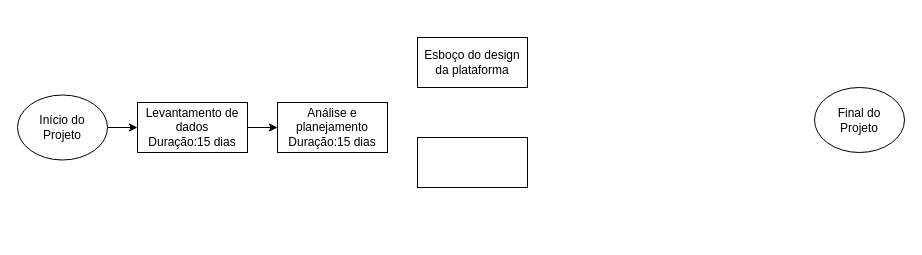
Kauasevergnini2475/Projetos-de-Software keeps this draw.io diagram as Diagrama Atividade extensionista.drawio. Above is the earlier version. Source tidied: cells renumbered, new cells numbered last; positions are measured from the earlier drawing's top-left corner, leaving out a move shared by most shapes. Both pictures are drawn from the tidied source at 100%, with x=0, y=0 at pixel (17, 37).
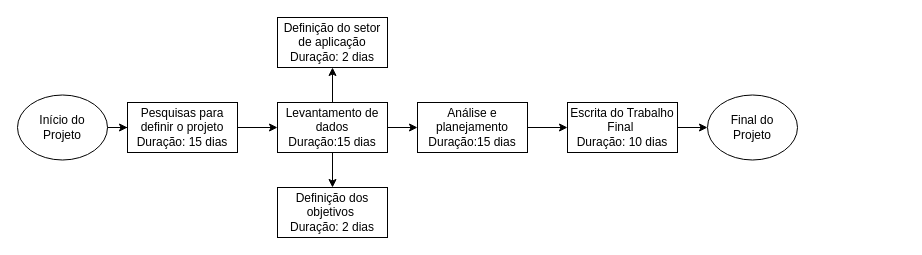
Above is the later version.

Change to the diagram source:
```diff
@@
 <mxGraphModel>
   <root>
     <mxCell id="0" />
     <mxCell id="1" parent="0" />
-    <mxCell id="2" style="edgeStyle=orthogonalEdgeStyle;rounded=0;jettySize=auto;html=1;" parent="1" edge="1" source="3" target="5">
-      <mxGeometry relative="1" as="geometry" />
-    </mxCell>
+    <mxCell id="10" style="edgeStyle=orthogonalEdgeStyle;rounded=0;jettySize=auto;html=1;" parent="1" edge="1" source="3" target="9">
+      <mxGeometry relative="1" as="geometry" />
+    </mxCell>
     <mxCell id="3" value="Início do &lt;br&gt;Projeto" style="ellipse;whiteSpace=wrap;html=1;" parent="1" vertex="1">
       <mxGeometry y="57.5" width="90" height="65" as="geometry" />
     </mxCell>
+    <mxCell id="11" style="edgeStyle=orthogonalEdgeStyle;rounded=0;jettySize=auto;html=1;" parent="1" edge="1" source="5" target="7">
+      <mxGeometry relative="1" as="geometry" />
+    </mxCell>
+    <mxCell id="12" style="edgeStyle=orthogonalEdgeStyle;rounded=0;jettySize=auto;html=1;" parent="1" edge="1" source="5" target="17">
+      <mxGeometry relative="1" as="geometry" />
+    </mxCell>
     <mxCell id="4" style="edgeStyle=orthogonalEdgeStyle;rounded=0;jettySize=auto;html=1;" parent="1" edge="1" source="5" target="6">
       <mxGeometry relative="1" as="geometry" />
     </mxCell>
     <mxCell id="5" value="Levantamento de dados&lt;br style=&quot;border-color: var(--border-color);&quot;&gt;Duração:15 dias" style="rounded=0;whiteSpace=wrap;html=1;" parent="1" vertex="1">
-      <mxGeometry x="120" y="65" width="110" height="50" as="geometry" />
+      <mxGeometry x="260" y="65" width="110" height="50" as="geometry" />
     </mxCell>
+    <mxCell id="13" style="edgeStyle=orthogonalEdgeStyle;rounded=0;jettySize=auto;html=1;" parent="1" edge="1" source="6" target="16">
+      <mxGeometry relative="1" as="geometry" />
+    </mxCell>
     <mxCell id="6" value="Análise e planejamento&lt;br style=&quot;border-color: var(--border-color);&quot;&gt;Duração:15 dias" style="rounded=0;whiteSpace=wrap;html=1;" parent="1" vertex="1">
-      <mxGeometry x="260" y="65" width="110" height="50" as="geometry" />
+      <mxGeometry x="400" y="65" width="110" height="50" as="geometry" />
     </mxCell>
-    <mxCell id="7" value="Esboço do design da plataforma" style="rounded=0;whiteSpace=wrap;html=1;" parent="1" vertex="1">
-      <mxGeometry x="400" width="110" height="50" as="geometry" />
+    <mxCell id="7" value="Definição do setor de aplicação&lt;br&gt;Duração: 2 dias" style="rounded=0;whiteSpace=wrap;html=1;" parent="1" vertex="1">
+      <mxGeometry x="260" y="-20" width="110" height="50" as="geometry" />
     </mxCell>
     <mxCell id="8" value="Final do &lt;br&gt;Projeto" style="ellipse;whiteSpace=wrap;html=1;" parent="1" vertex="1">
-      <mxGeometry x="797" y="50" width="90" height="65" as="geometry" />
+      <mxGeometry x="690" y="57.5" width="90" height="65" as="geometry" />
     </mxCell>
+    <mxCell id="14" style="edgeStyle=orthogonalEdgeStyle;rounded=0;jettySize=auto;html=1;" parent="1" edge="1" source="9" target="5">
+      <mxGeometry relative="1" as="geometry" />
+    </mxCell>
-    <mxCell id="9" style="rounded=0;whiteSpace=wrap;html=1;" parent="1" vertex="1">
-      <mxGeometry x="400" y="100" width="110" height="50" as="geometry" />
+    <mxCell id="9" value="Pesquisas para definir o projeto&lt;br&gt;Duração: 15 dias" style="rounded=0;whiteSpace=wrap;html=1;" parent="1" vertex="1">
+      <mxGeometry x="110" y="65" width="110" height="50" as="geometry" />
     </mxCell>
+    <mxCell id="15" style="edgeStyle=orthogonalEdgeStyle;rounded=0;jettySize=auto;html=1;" parent="1" edge="1" source="16" target="8">
+      <mxGeometry relative="1" as="geometry" />
+    </mxCell>
+    <mxCell id="16" value="Escrita do Trabalho Final&amp;nbsp;&lt;br&gt;Duração: 10 dias" style="rounded=0;whiteSpace=wrap;html=1;" parent="1" vertex="1">
+      <mxGeometry x="550" y="65" width="110" height="50" as="geometry" />
+    </mxCell>
+    <mxCell id="17" value="Definição dos objetivos&amp;nbsp;&lt;br&gt;Duração: 2 dias" style="rounded=0;whiteSpace=wrap;html=1;" parent="1" vertex="1">
+      <mxGeometry x="260" y="150" width="110" height="50" as="geometry" />
+    </mxCell>
   </root>
 </mxGraphModel>
```
